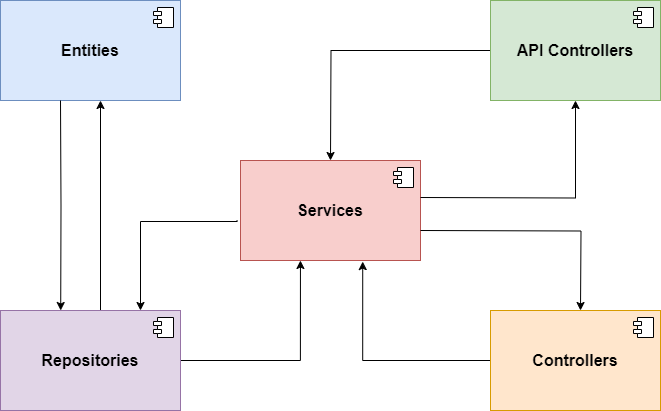
This is docs/_diagrams/Module Structure.png from ortizdavid/golang-modular-software, a draw.io export, as it was before one commit. Source tidied: cells renumbered, new cells last; positions are measured from the earlier drawing's top-left corner, leaving out a move shared by most shapes.
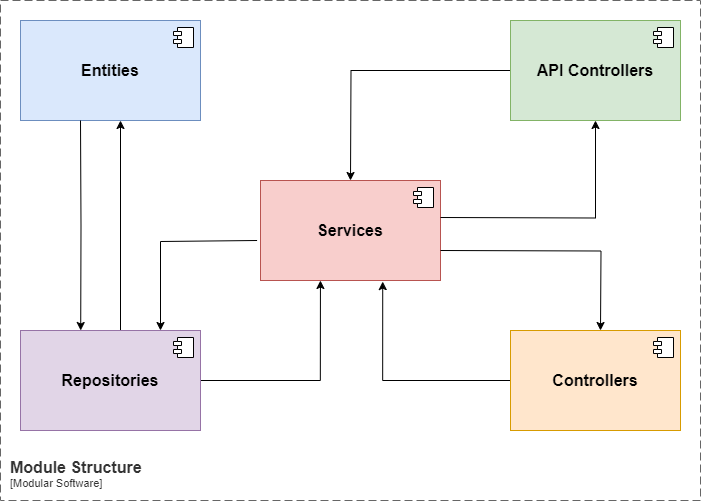
Later version of the same file.

The edit, as a diff of the source:
```diff
@@ -84,5 +84,10 @@
         <mxPoint x="60.2" y="310" as="targetPoint" />
       </mxGeometry>
     </mxCell>
+    <object id="20" label="&lt;font style=&quot;font-size: 16px&quot;&gt;&lt;b&gt;&lt;div style=&quot;text-align: left&quot;&gt;%c4Name%&lt;/div&gt;&lt;/b&gt;&lt;/font&gt;&lt;div style=&quot;text-align: left&quot;&gt;[%c4Application%]&lt;/div&gt;" c4Application="Modular Software" c4Name="Module Structure" c4Type="SystemScopeBoundary" placeholders="1">
+      <mxCell style="rounded=0;fontSize=11;whiteSpace=wrap;html=1;dashed=1;arcSize=20;fillColor=none;strokeColor=#666666;fontColor=#333333;labelBackgroundColor=none;align=left;verticalAlign=bottom;labelBorderColor=none;spacingTop=0;spacing=10;dashPattern=8 4;perimeter=rectanglePerimeter;noLabel=0;labelPadding=0;absoluteArcSize=1;" parent="1" vertex="1">
+        <mxGeometry x="-20" y="-20" width="700" height="500" as="geometry" />
+      </mxCell>
+    </object>
   </root>
 </mxGraphModel>
```
